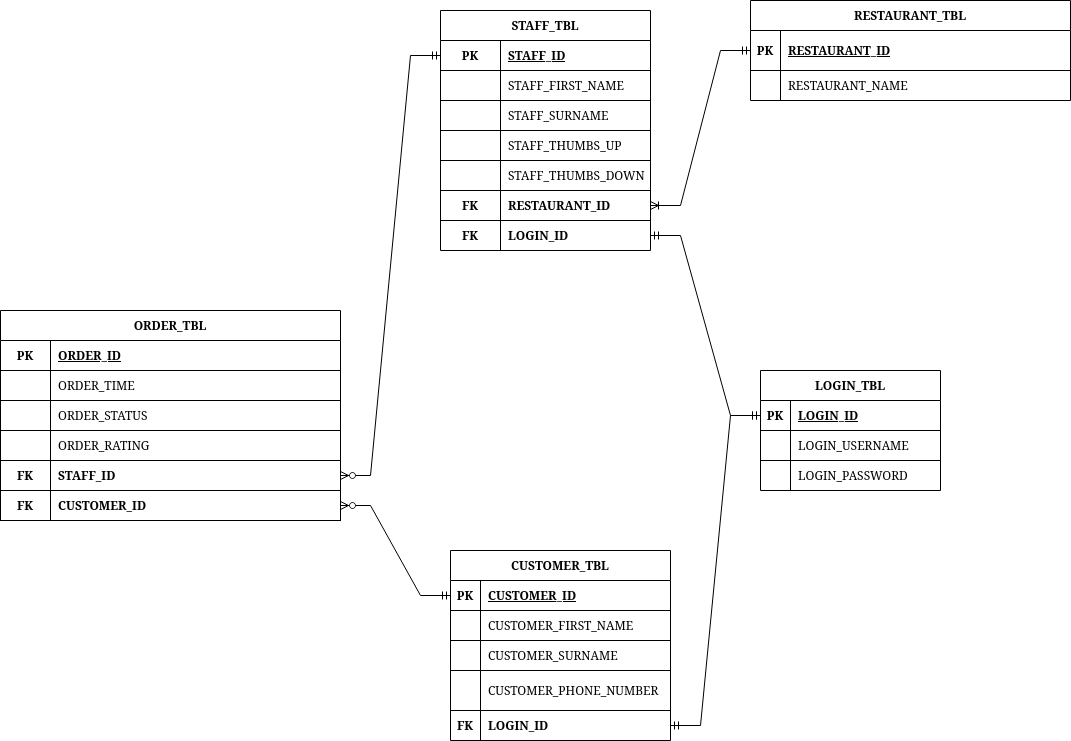
Kereshlin/restaurant keeps this draw.io diagram as planning/db_planning/database/database_final_design.png. Above is the earlier version. Source tidied: cells renumbered, new cells last; positions are measured from the earlier drawing's top-left corner, leaving out a move shared by most shapes.
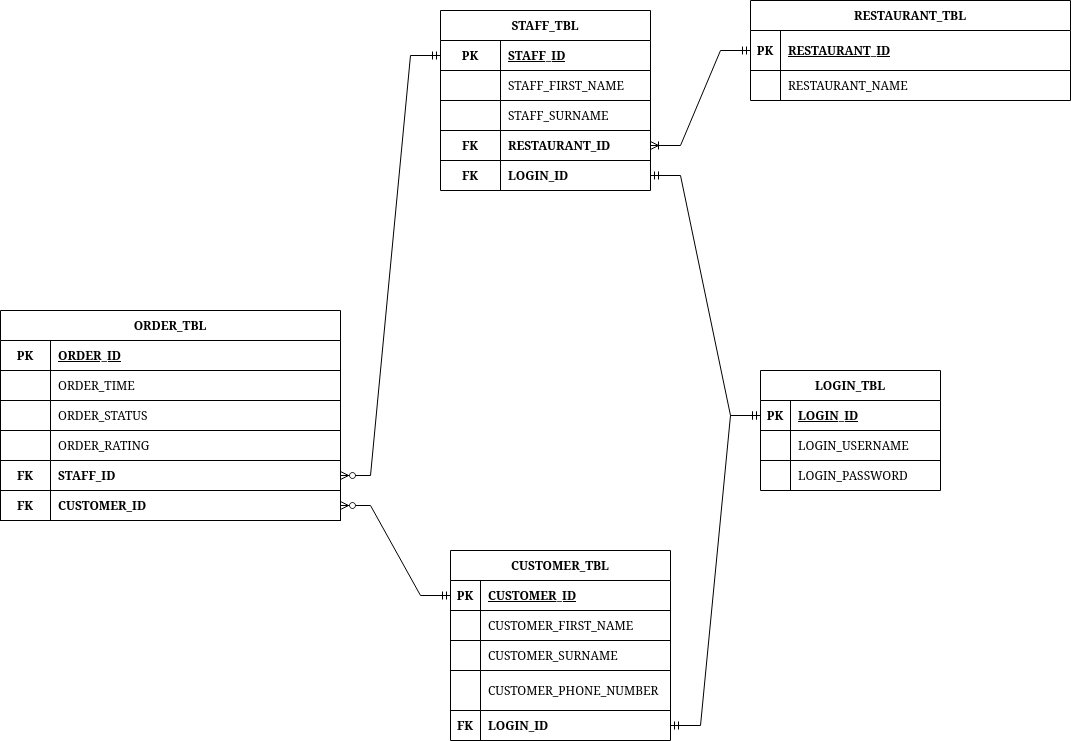
After the commit.

What changed in the source:
```diff
@@ -51,7 +51,7 @@
       <mxGeometry x="30" width="190" height="30" as="geometry" />
     </mxCell>
     <mxCell id="18" value="STAFF_TBL" style="shape=table;startSize=30;rowLines=1;fontStyle=1;align=center;" parent="1" vertex="1">
-      <mxGeometry x="440" y="10" width="210" height="240" as="geometry" />
+      <mxGeometry x="440" y="10" width="210" height="180" as="geometry" />
     </mxCell>
     <mxCell id="19" style="shape=tableRow;horizontal=0;startSize=0;swimlaneHead=0;swimlaneBody=0;fillColor=none;points=[[0,0.5],[1,0.5]];portConstraint=eastwest;top=0;left=0;right=0;bottom=1;" parent="18" vertex="1">
       <mxGeometry y="30" width="210" height="30" as="geometry" />
@@ -80,26 +80,8 @@
     <mxCell id="27" value="STAFF_SURNAME" style="shape=partialRectangle;fillColor=none;top=0;left=0;bottom=0;right=0;align=left;spacingLeft=6;overflow=hidden;" parent="25" vertex="1">
       <mxGeometry x="60" width="150" height="30" as="geometry" />
     </mxCell>
-    <mxCell id="28" style="shape=tableRow;horizontal=0;startSize=0;swimlaneHead=0;swimlaneBody=0;fillColor=none;top=0;left=0;right=0;bottom=0;" parent="18" vertex="1">
-      <mxGeometry y="120" width="210" height="30" as="geometry" />
-    </mxCell>
-    <mxCell id="29" style="shape=partialRectangle;fillColor=none;top=0;left=0;bottom=0;right=0;overflow=hidden;" parent="28" vertex="1">
-      <mxGeometry width="60" height="30" as="geometry" />
-    </mxCell>
-    <mxCell id="30" value="STAFF_THUMBS_UP" style="shape=partialRectangle;fillColor=none;top=0;left=0;bottom=0;right=0;align=left;spacingLeft=6;overflow=hidden;" parent="28" vertex="1">
-      <mxGeometry x="60" width="150" height="30" as="geometry" />
-    </mxCell>
-    <mxCell id="31" style="shape=tableRow;horizontal=0;startSize=0;swimlaneHead=0;swimlaneBody=0;fillColor=none;top=0;left=0;right=0;bottom=0;" parent="18" vertex="1">
-      <mxGeometry y="150" width="210" height="30" as="geometry" />
-    </mxCell>
-    <mxCell id="32" style="shape=partialRectangle;fillColor=none;top=0;left=0;bottom=0;right=0;overflow=hidden;" parent="31" vertex="1">
-      <mxGeometry width="60" height="30" as="geometry" />
-    </mxCell>
-    <mxCell id="33" value="STAFF_THUMBS_DOWN" style="shape=partialRectangle;fillColor=none;top=0;left=0;bottom=0;right=0;align=left;spacingLeft=6;overflow=hidden;" parent="31" vertex="1">
-      <mxGeometry x="60" width="150" height="30" as="geometry" />
-    </mxCell>
     <mxCell id="34" style="shape=tableRow;horizontal=0;startSize=0;swimlaneHead=0;swimlaneBody=0;fillColor=none;points=[[0,0.5],[1,0.5]];portConstraint=eastwest;top=0;left=0;right=0;bottom=0;" parent="18" vertex="1">
-      <mxGeometry y="180" width="210" height="30" as="geometry" />
+      <mxGeometry y="120" width="210" height="30" as="geometry" />
     </mxCell>
     <mxCell id="35" value="FK" style="shape=partialRectangle;fillColor=none;top=0;left=0;bottom=0;right=0;fontStyle=1;overflow=hidden;" parent="34" vertex="1">
       <mxGeometry width="60" height="30" as="geometry" />
@@ -108,7 +90,7 @@
       <mxGeometry x="60" width="150" height="30" as="geometry" />
     </mxCell>
     <mxCell id="37" style="shape=tableRow;horizontal=0;startSize=0;swimlaneHead=0;swimlaneBody=0;fillColor=none;points=[[0,0.5],[1,0.5]];portConstraint=eastwest;top=0;left=0;right=0;bottom=0;" parent="18" vertex="1">
-      <mxGeometry y="210" width="210" height="30" as="geometry" />
+      <mxGeometry y="150" width="210" height="30" as="geometry" />
     </mxCell>
     <mxCell id="38" value="FK" style="shape=partialRectangle;fillColor=none;top=0;left=0;bottom=0;right=0;overflow=hidden;fontStyle=1;" parent="37" vertex="1">
       <mxGeometry width="60" height="30" as="geometry" />
```
